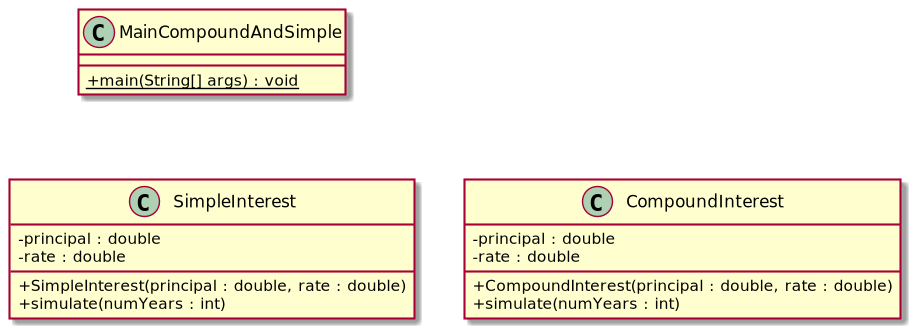
Above: src/compound_and_simple1.png in nilcamprubi/example_interest (PlantUML), before the change.
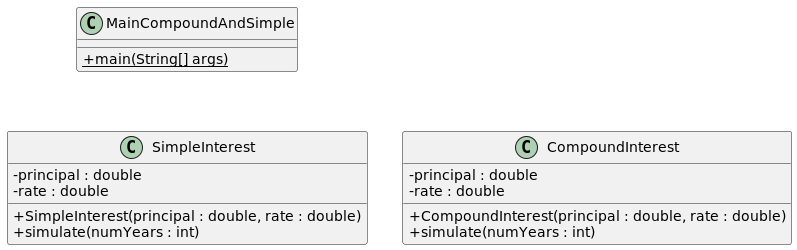
After the commit.

Change to the diagram source:
```diff
@@ -2,7 +2,7 @@
 skinparam classAttributeIconSize 0
 
 class MainCompoundAndSimple {
-+ {static} main(String[] args) : void
++ {static} main(String[] args)
 }
 
 class CompoundInterest {
```
